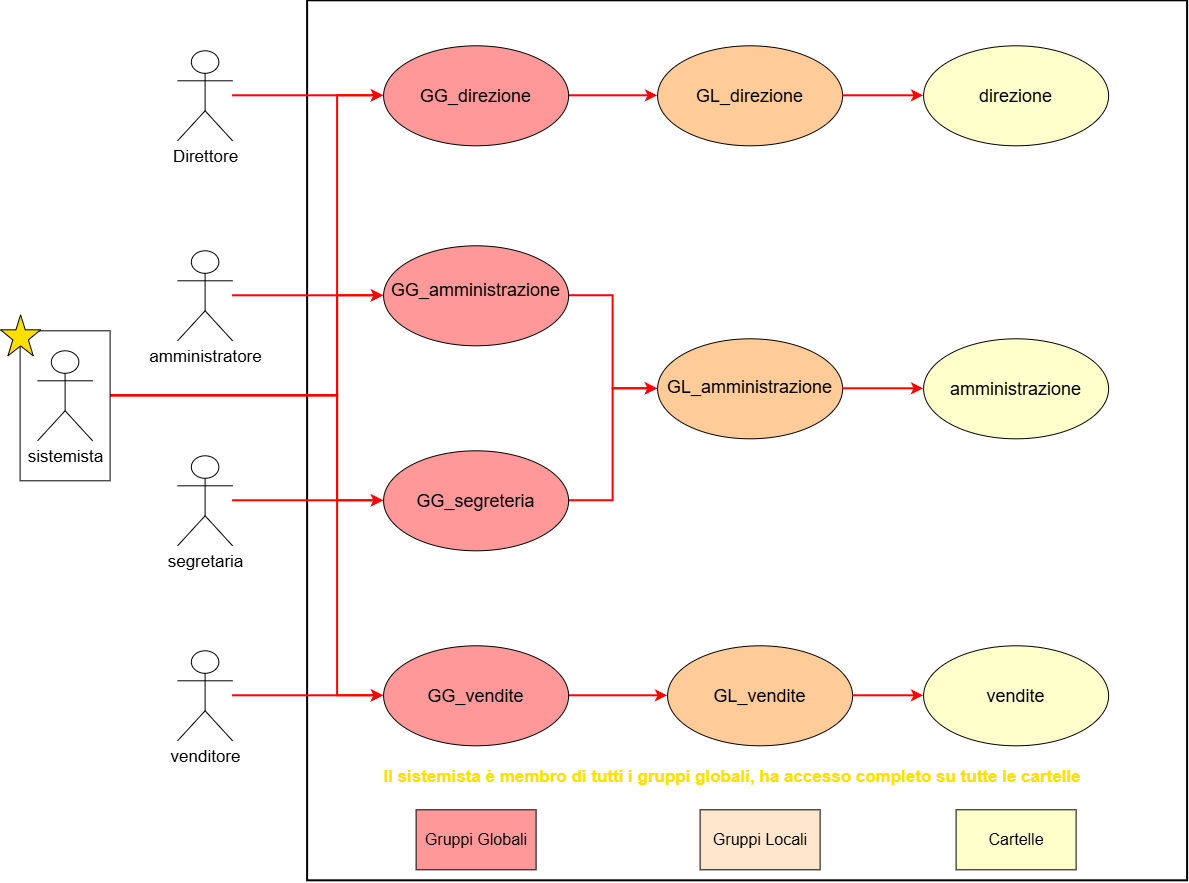
ThomasBike10/M306---Sicurezza-di-dispositivi-Windows keeps this draw.io diagram as 7_Allegati/Schemi/Schema AD DS.drawio.png. Above is the earlier version. Source tidied: cells renumbered, new cells last; positions are measured from the earlier drawing's top-left corner, leaving out a move shared by most shapes.
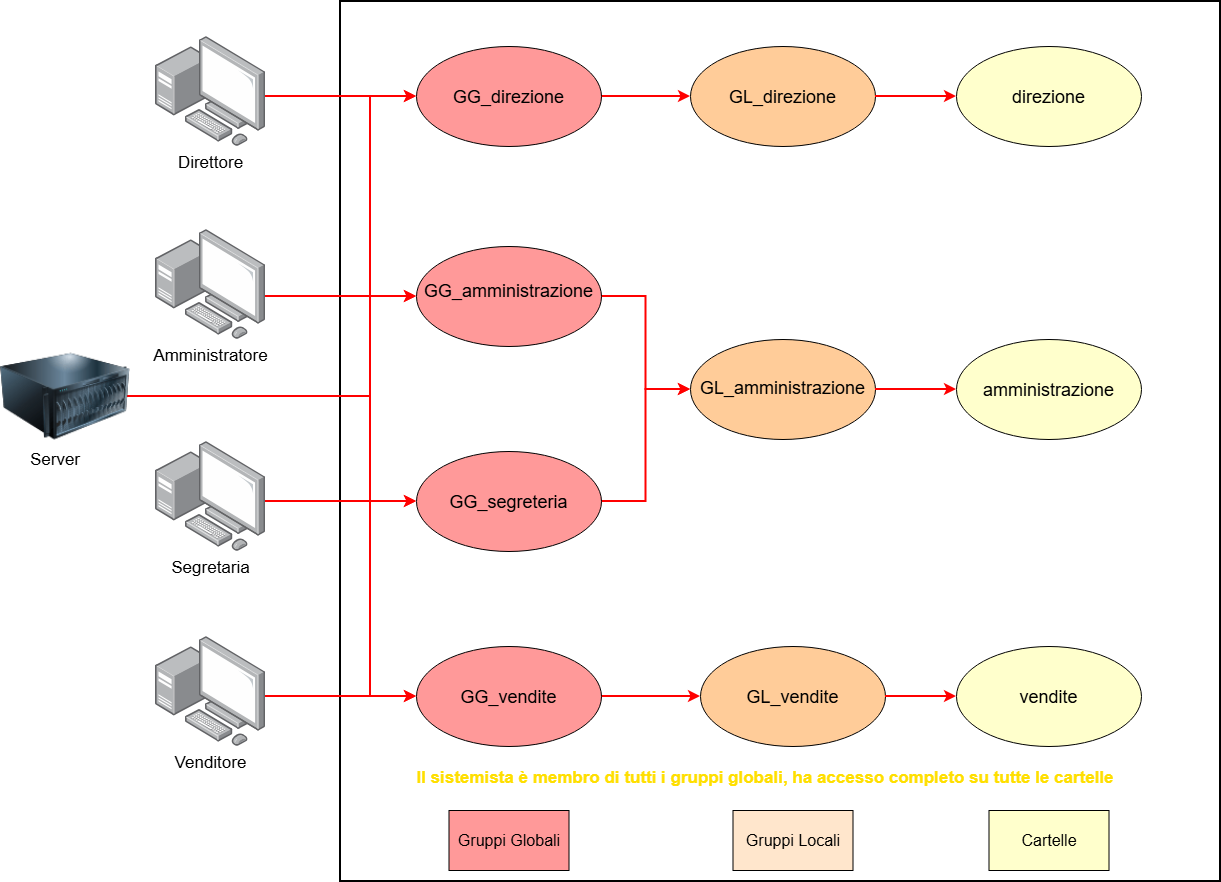
After the change.

Diff of the diagram source:
```diff
@@ -2,9 +2,6 @@
   <root>
     <mxCell id="0" />
     <mxCell id="1" parent="0" />
-    <mxCell id="2" value="&lt;font style=&quot;font-size: 17px;&quot;&gt;Direttore&lt;/font&gt;" style="shape=umlActor;verticalLabelPosition=bottom;verticalAlign=top;html=1;" parent="1" vertex="1">
-      <mxGeometry x="188" y="50" width="55" height="90" as="geometry" />
-    </mxCell>
     <mxCell id="3" style="whiteSpace=wrap;html=1;strokeColor=default;fillColor=#FFFFFF;strokeWidth=2;" parent="1" vertex="1">
       <mxGeometry x="318" width="880" height="880" as="geometry" />
     </mxCell>
@@ -32,56 +29,57 @@
     <mxCell id="11" value="&lt;font style=&quot;font-size: 18px;&quot;&gt;GG_amministrazione&lt;/font&gt;&lt;div&gt;&lt;br&gt;&lt;/div&gt;" style="ellipse;whiteSpace=wrap;html=1;shapeInside=1;align=center;fillColor=#FF9999;" parent="1" vertex="1">
       <mxGeometry x="394" y="245" width="185" height="100" as="geometry" />
     </mxCell>
-    <mxCell id="12" style="edgeStyle=orthogonalEdgeStyle;rounded=0;jettySize=auto;html=1;entryX=0;entryY=0.5;entryDx=0;entryDy=0;strokeColor=light-dark(#ff0000, #ededed);strokeWidth=2;" parent="1" edge="1" source="27" target="7">
+    <mxCell id="12" style="edgeStyle=orthogonalEdgeStyle;rounded=0;jettySize=auto;html=1;entryX=0;entryY=0.5;entryDx=0;entryDy=0;strokeColor=light-dark(#ff0000, #ededed);strokeWidth=2;" parent="1" edge="1" target="7">
       <mxGeometry relative="1" as="geometry">
+        <mxPoint x="103" y="395" as="sourcePoint" />
         <Array as="points">
           <mxPoint x="348" y="394.9" />
           <mxPoint x="348" y="694.9" />
         </Array>
       </mxGeometry>
     </mxCell>
-    <mxCell id="13" style="edgeStyle=orthogonalEdgeStyle;rounded=0;jettySize=auto;html=1;entryX=0;entryY=0.5;entryDx=0;entryDy=0;strokeColor=#FF0000;strokeWidth=2;" parent="1" edge="1" source="27" target="9">
+    <mxCell id="13" style="edgeStyle=orthogonalEdgeStyle;rounded=0;jettySize=auto;html=1;entryX=0;entryY=0.5;entryDx=0;entryDy=0;strokeColor=#FF0000;strokeWidth=2;" parent="1" edge="1" target="9">
       <mxGeometry relative="1" as="geometry">
+        <mxPoint x="103" y="395" as="sourcePoint" />
         <Array as="points">
           <mxPoint x="348" y="394.9" />
           <mxPoint x="348" y="500" />
         </Array>
       </mxGeometry>
     </mxCell>
-    <mxCell id="14" style="edgeStyle=orthogonalEdgeStyle;rounded=0;jettySize=auto;html=1;entryX=0;entryY=0.5;entryDx=0;entryDy=0;strokeWidth=2;strokeColor=light-dark(#ff0000, #ededed);" parent="1" edge="1" source="27" target="11">
+    <mxCell id="14" style="edgeStyle=orthogonalEdgeStyle;rounded=0;jettySize=auto;html=1;entryX=0;entryY=0.5;entryDx=0;entryDy=0;strokeWidth=2;strokeColor=light-dark(#ff0000, #ededed);" parent="1" edge="1" target="11">
       <mxGeometry relative="1" as="geometry">
+        <mxPoint x="103" y="395" as="sourcePoint" />
         <Array as="points">
           <mxPoint x="348" y="394.9" />
           <mxPoint x="348" y="294.9" />
         </Array>
       </mxGeometry>
     </mxCell>
-    <mxCell id="15" style="edgeStyle=orthogonalEdgeStyle;rounded=0;jettySize=auto;html=1;entryX=0;entryY=0.5;entryDx=0;entryDy=0;strokeWidth=2;strokeColor=light-dark(#ff0000, #ededed);" parent="1" edge="1" source="27" target="5">
+    <mxCell id="15" style="edgeStyle=orthogonalEdgeStyle;rounded=0;jettySize=auto;html=1;entryX=0;entryY=0.5;entryDx=0;entryDy=0;strokeWidth=2;strokeColor=light-dark(#ff0000, #ededed);" parent="1" edge="1" target="5">
       <mxGeometry relative="1" as="geometry">
+        <mxPoint x="103" y="395" as="sourcePoint" />
         <Array as="points">
           <mxPoint x="348" y="394.9" />
           <mxPoint x="348" y="94.9" />
         </Array>
       </mxGeometry>
     </mxCell>
-    <mxCell id="16" style="edgeStyle=orthogonalEdgeStyle;rounded=0;jettySize=auto;html=1;entryX=0;entryY=0.5;entryDx=0;entryDy=0;strokeColor=light-dark(#FF0000,#EDEDED);strokeWidth=2;" parent="1" edge="1" source="17" target="9">
-      <mxGeometry relative="1" as="geometry" />
+    <mxCell id="16" style="edgeStyle=orthogonalEdgeStyle;rounded=0;jettySize=auto;html=1;entryX=0;entryY=0.5;entryDx=0;entryDy=0;strokeColor=light-dark(#FF0000,#EDEDED);strokeWidth=2;" parent="1" edge="1" target="9">
+      <mxGeometry relative="1" as="geometry">
+        <mxPoint x="243" y="500" as="sourcePoint" />
+      </mxGeometry>
     </mxCell>
-    <mxCell id="17" value="&lt;font style=&quot;font-size: 17px;&quot;&gt;segretaria&lt;/font&gt;" style="shape=umlActor;verticalLabelPosition=bottom;verticalAlign=top;html=1;" parent="1" vertex="1">
-      <mxGeometry x="188" y="455" width="55" height="90" as="geometry" />
-    </mxCell>
-    <mxCell id="18" style="edgeStyle=orthogonalEdgeStyle;rounded=0;jettySize=auto;html=1;entryX=0;entryY=0.5;entryDx=0;entryDy=0;strokeWidth=2;strokeColor=light-dark(#ff0000, #ededed);" parent="1" edge="1" source="19" target="7">
-      <mxGeometry relative="1" as="geometry" />
+    <mxCell id="18" style="edgeStyle=orthogonalEdgeStyle;rounded=0;jettySize=auto;html=1;entryX=0;entryY=0.5;entryDx=0;entryDy=0;strokeWidth=2;strokeColor=light-dark(#ff0000, #ededed);" parent="1" edge="1" target="7">
+      <mxGeometry relative="1" as="geometry">
+        <mxPoint x="243" y="695" as="sourcePoint" />
+      </mxGeometry>
     </mxCell>
-    <mxCell id="19" value="&lt;font style=&quot;font-size: 17px;&quot;&gt;venditore&lt;/font&gt;" style="shape=umlActor;verticalLabelPosition=bottom;verticalAlign=top;html=1;" parent="1" vertex="1">
-      <mxGeometry x="188" y="650" width="55" height="90" as="geometry" />
-    </mxCell>
-    <mxCell id="20" style="edgeStyle=orthogonalEdgeStyle;rounded=0;jettySize=auto;html=1;entryX=0;entryY=0.5;entryDx=0;entryDy=0;strokeColor=#FF0000;strokeWidth=2;" parent="1" edge="1" source="21" target="11">
-      <mxGeometry relative="1" as="geometry" />
+    <mxCell id="20" style="edgeStyle=orthogonalEdgeStyle;rounded=0;jettySize=auto;html=1;entryX=0;entryY=0.5;entryDx=0;entryDy=0;strokeColor=#FF0000;strokeWidth=2;" parent="1" edge="1" target="11">
+      <mxGeometry relative="1" as="geometry">
+        <mxPoint x="233" y="295" as="sourcePoint" />
+      </mxGeometry>
     </mxCell>
-    <mxCell id="21" value="&lt;font style=&quot;font-size: 17px;&quot;&gt;amministratore&lt;/font&gt;" style="shape=umlActor;verticalLabelPosition=bottom;verticalAlign=top;html=1;" parent="1" vertex="1">
-      <mxGeometry x="188" y="250" width="55" height="90" as="geometry" />
-    </mxCell>
     <mxCell id="22" value="&lt;font style=&quot;font-size: 18px;&quot;&gt;GL_direzione&lt;/font&gt;&lt;div&gt;&lt;br&gt;&lt;/div&gt;" style="ellipse;whiteSpace=wrap;html=1;shapeInside=1;align=center;fillColor=#FFCC99;" parent="1" vertex="1">
       <mxGeometry x="668" y="45" width="185" height="100" as="geometry" />
     </mxCell>
@@ -91,18 +89,11 @@
     <mxCell id="24" value="&lt;font style=&quot;font-size: 18px;&quot;&gt;GL_vendite&lt;/font&gt;" style="ellipse;whiteSpace=wrap;html=1;shapeInside=1;align=center;fillColor=#FFCC99;" parent="1" vertex="1">
       <mxGeometry x="678" y="645" width="185" height="100" as="geometry" />
     </mxCell>
-    <mxCell id="25" style="edgeStyle=orthogonalEdgeStyle;rounded=0;jettySize=auto;html=1;entryX=0;entryY=0.5;entryDx=0;entryDy=0;strokeWidth=2;strokeColor=light-dark(#ff0000, #ededed);" parent="1" edge="1" source="2" target="5">
-      <mxGeometry relative="1" as="geometry" />
+    <mxCell id="25" style="edgeStyle=orthogonalEdgeStyle;rounded=0;jettySize=auto;html=1;entryX=0;entryY=0.5;entryDx=0;entryDy=0;strokeWidth=2;strokeColor=light-dark(#ff0000, #ededed);" parent="1" edge="1" target="5">
+      <mxGeometry relative="1" as="geometry">
+        <mxPoint x="243" y="95" as="sourcePoint" />
+      </mxGeometry>
     </mxCell>
-    <mxCell id="26" style="rounded=0;whiteSpace=wrap;html=1;rotation=90;" parent="1" vertex="1">
-      <mxGeometry x="0.5" y="360" width="150" height="90" as="geometry" />
-    </mxCell>
-    <mxCell id="27" value="&lt;span style=&quot;font-size: 17px;&quot;&gt;sistemista&lt;/span&gt;" style="shape=umlActor;verticalLabelPosition=bottom;verticalAlign=top;html=1;" parent="1" vertex="1">
-      <mxGeometry x="48" y="350" width="55" height="90" as="geometry" />
-    </mxCell>
-    <mxCell id="28" style="verticalLabelPosition=bottom;verticalAlign=top;html=1;shape=mxgraph.basic.star;fillColor=#FFDF00;" parent="1" vertex="1">
-      <mxGeometry x="11" y="314" width="40" height="41" as="geometry" />
-    </mxCell>
     <mxCell id="29" value="Il sistemista è membro di tutti i gruppi globali, ha accesso completo su tutte le cartelle" style="text;html=1;whiteSpace=wrap;strokeColor=none;fillColor=none;align=center;verticalAlign=middle;rounded=0;fontSize=17;fontColor=#FFDF00;labelBackgroundColor=none;fontStyle=1;fontFamily=Helvetica;textShadow=0;labelBorderColor=none;" parent="1" vertex="1">
       <mxGeometry x="318" y="762" width="850" height="30" as="geometry" />
     </mxCell>
@@ -133,5 +124,23 @@
     <mxCell id="38" value="&lt;font style=&quot;font-size: 16px;&quot;&gt;Gruppi Locali&lt;/font&gt;" style="rounded=0;whiteSpace=wrap;html=1;fillColor=#FFE6CC;" parent="1" vertex="1">
       <mxGeometry x="710.5" y="809" width="120" height="60" as="geometry" />
     </mxCell>
+    <mxCell id="39" style="image;html=1;image=img/lib/clip_art/computers/Server_128x128.png;labelPerimeter=1;" parent="1" vertex="1">
+      <mxGeometry x="-22" y="340" width="130" height="110" as="geometry" />
+    </mxCell>
+    <mxCell id="40" value="&lt;font style=&quot;font-size: 17px;&quot;&gt;Server&lt;/font&gt;" style="text;html=1;whiteSpace=wrap;strokeColor=none;fillColor=none;align=center;verticalAlign=middle;rounded=0;" parent="1" vertex="1">
+      <mxGeometry x="-12" y="438" width="90" height="42" as="geometry" />
+    </mxCell>
+    <mxCell id="2" value="&lt;font style=&quot;font-size: 17px;&quot;&gt;Direttore&lt;/font&gt;" style="image;html=1;align=center;shadow=0;dashed=0;image=img/lib/allied_telesis/computer_and_terminals/Personal_Computer_with_Server.svg;points=[[0.463,0,0],[0.5,0.922,0],[0,0.444,0],[1,0.578,0],[0.995,0.32,0],[1,0.83,0],[0.005,0.627,0],[0.005,0.26,0]];labelPerimeter=1;" parent="1" vertex="1">
+      <mxGeometry x="133" y="35" width="110" height="110" as="geometry" />
+    </mxCell>
+    <mxCell id="41" value="&lt;font style=&quot;font-size: 17px;&quot;&gt;Amministratore&lt;/font&gt;" style="image;html=1;align=center;shadow=0;dashed=0;image=img/lib/allied_telesis/computer_and_terminals/Personal_Computer_with_Server.svg;labelPerimeter=1;" parent="1" vertex="1">
+      <mxGeometry x="133" y="228" width="110" height="110" as="geometry" />
+    </mxCell>
+    <mxCell id="42" value="&lt;font style=&quot;font-size: 17px;&quot;&gt;Segretaria&lt;/font&gt;" style="image;html=1;align=center;shadow=0;dashed=0;image=img/lib/allied_telesis/computer_and_terminals/Personal_Computer_with_Server.svg;labelPerimeter=1;" parent="1" vertex="1">
+      <mxGeometry x="133" y="440" width="110" height="110" as="geometry" />
+    </mxCell>
+    <mxCell id="43" value="&lt;font style=&quot;font-size: 17px;&quot;&gt;Venditore&lt;/font&gt;" style="image;html=1;align=center;shadow=0;dashed=0;image=img/lib/allied_telesis/computer_and_terminals/Personal_Computer_with_Server.svg;labelPerimeter=1;" parent="1" vertex="1">
+      <mxGeometry x="133" y="635" width="110" height="110" as="geometry" />
+    </mxCell>
   </root>
 </mxGraphModel>
```
